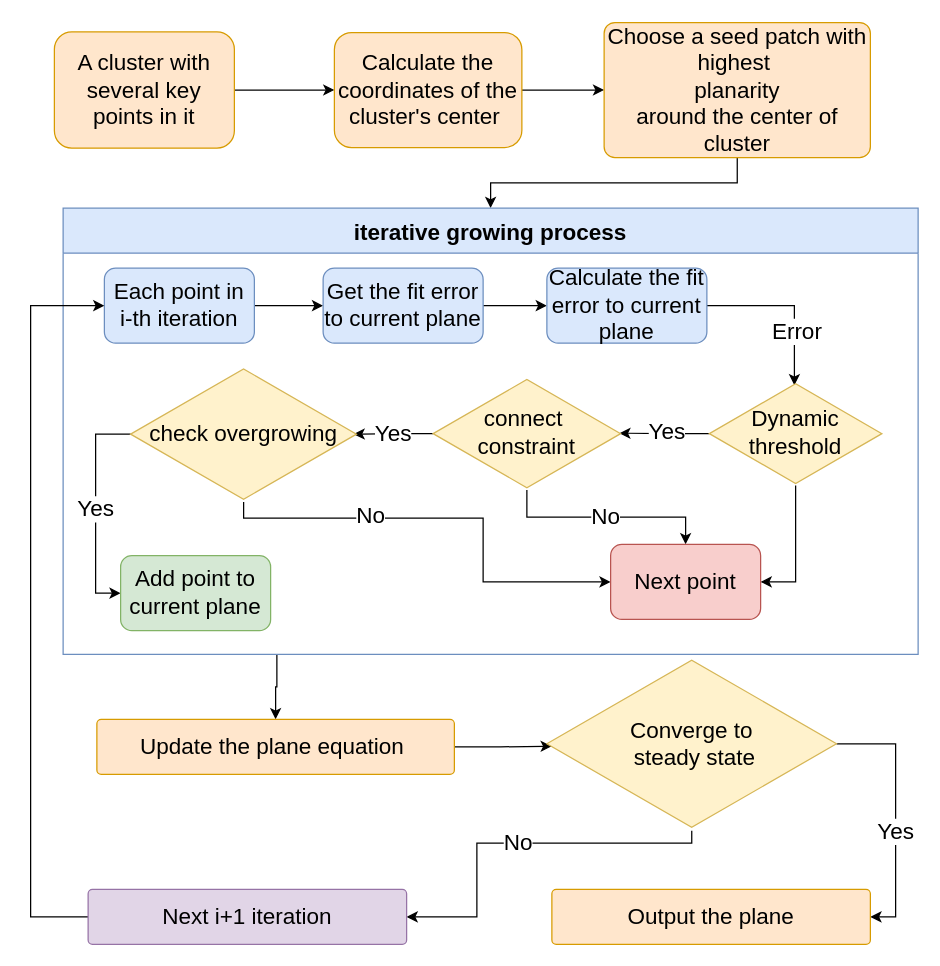
Earlier version of the draw.io diagram Untitled Diagram.drawio (qqwwqwq/Deform). Source tidied: cells renumbered, new cells numbered last; positions are measured from the earlier drawing's top-left corner, leaving out a move shared by most shapes. Both pictures are drawn from the tidied source at 125%, with x=0, y=0 at pixel (30, 22).
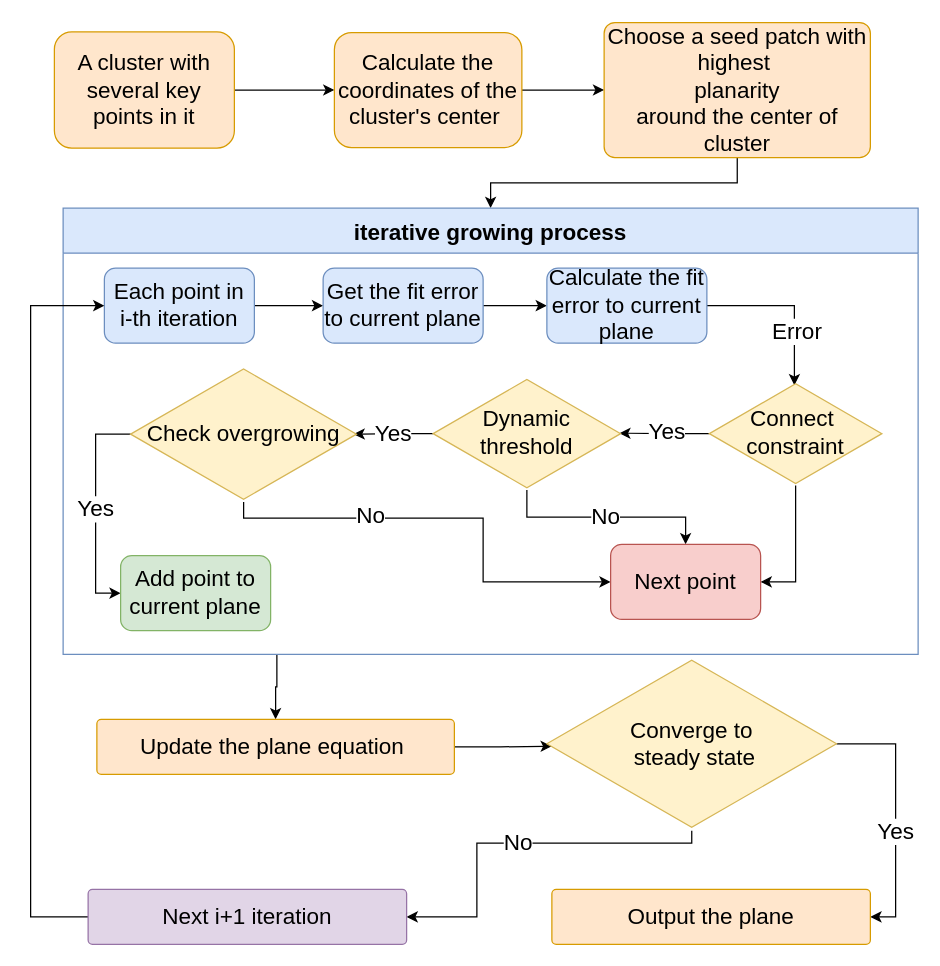
After the change.

The change refers to these unchanged cells:
```xml
<mxCell id="9" value="iterative growing process" style="swimlane;fillColor=#dae8fc;strokeColor=#6c8ebf;fontSize=18;startSize=36;" parent="1" vertex="1">
  <mxGeometry x="26" y="148" width="684" height="357" as="geometry" />
</mxCell>
```

The edit, as a diff of the source:
```diff
@@
-    <mxCell id="20" value="Dynamic threshold" style="html=1;whiteSpace=wrap;shape=isoRectangle;fontSize=18;fillColor=#fff2cc;strokeColor=#d6b656;" parent="9" vertex="1">
+    <mxCell id="20" value="Connect&amp;nbsp;&lt;br&gt;constraint" style="html=1;whiteSpace=wrap;shape=isoRectangle;fontSize=18;fillColor=#fff2cc;strokeColor=#d6b656;" parent="9" vertex="1">
       <mxGeometry x="517" y="139" width="138" height="82.8" as="geometry" />
     </mxCell>
@@
-    <mxCell id="23" value="connect&amp;nbsp;&lt;br&gt;constraint" style="html=1;whiteSpace=wrap;shape=isoRectangle;fontSize=18;fillColor=#fff2cc;strokeColor=#d6b656;" parent="9" vertex="1">
+    <mxCell id="23" value="Dynamic threshold" style="html=1;whiteSpace=wrap;shape=isoRectangle;fontSize=18;fillColor=#fff2cc;strokeColor=#d6b656;" parent="9" vertex="1">
       <mxGeometry x="296" y="135.4" width="150" height="90" as="geometry" />
     </mxCell>
@@
-    <mxCell id="27" value="check overgrowing" style="html=1;whiteSpace=wrap;shape=isoRectangle;fontSize=18;fillColor=#fff2cc;strokeColor=#d6b656;" parent="9" vertex="1">
+    <mxCell id="27" value="Check overgrowing" style="html=1;whiteSpace=wrap;shape=isoRectangle;fontSize=18;fillColor=#fff2cc;strokeColor=#d6b656;" parent="9" vertex="1">
       <mxGeometry x="54" y="126.6" width="180.7" height="108.4" as="geometry" />
     </mxCell>
```
